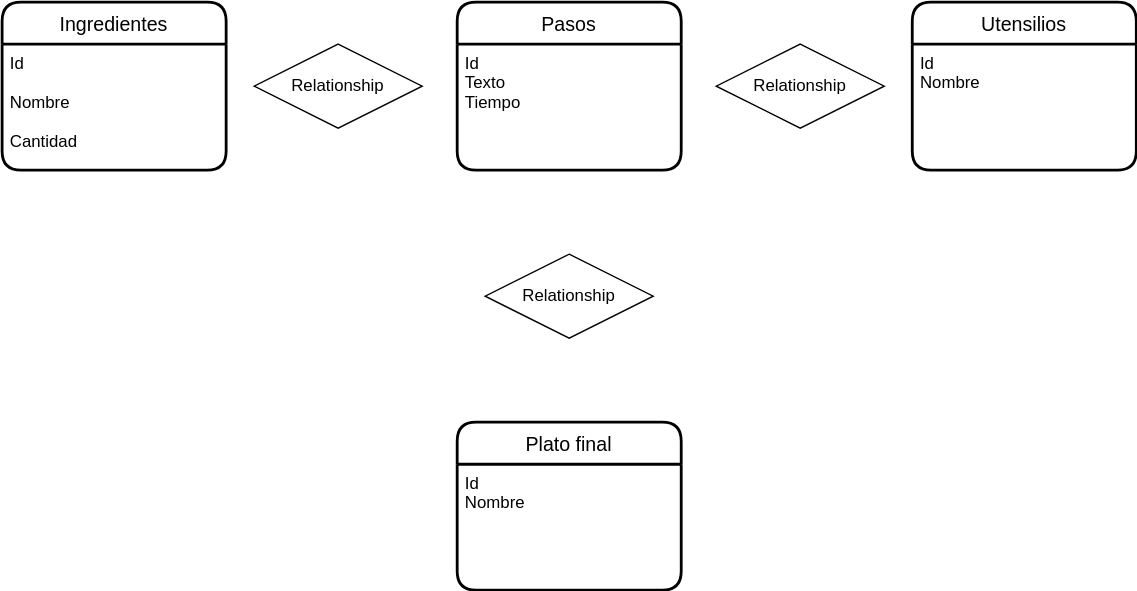
Earlier version of the draw.io export UD12-09.svg (Jimxx22/C3-UD11-UML). Source tidied: cells renumbered, new cells last; positions are measured from the earlier drawing's top-left corner, leaving out a move shared by most shapes.
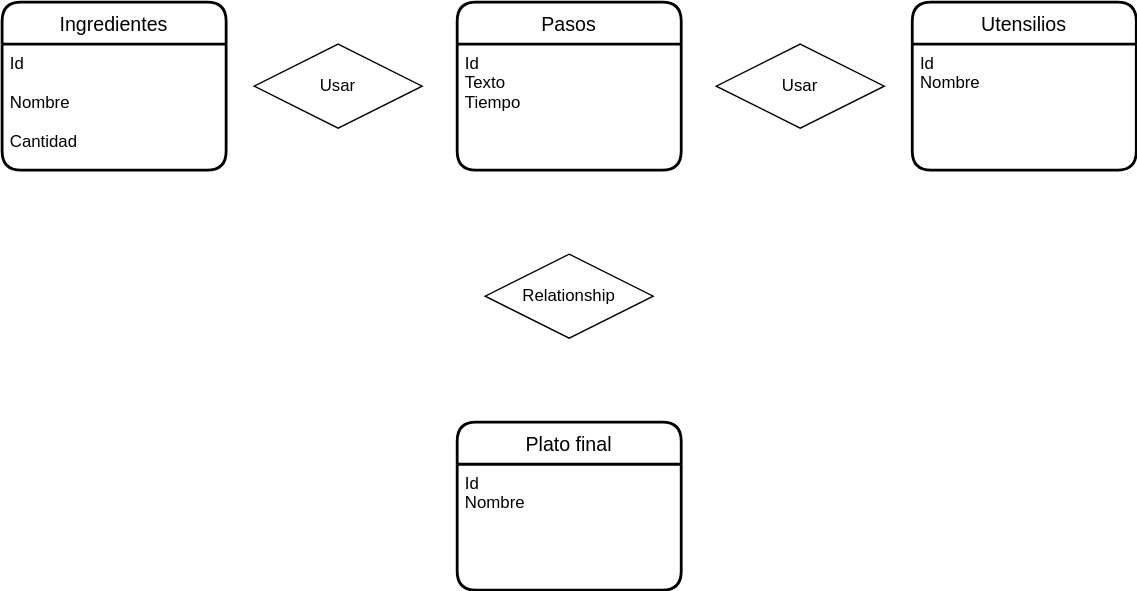
Later version of the same file.

Diff of the diagram source:
```diff
@@ -26,10 +26,10 @@
     <mxCell id="9" value="Id&#10;Nombre&#10;" style="align=left;strokeColor=none;fillColor=none;spacingLeft=4;fontSize=12;verticalAlign=top;" parent="8" vertex="1">
       <mxGeometry y="30" width="160" height="90" as="geometry" />
     </mxCell>
-    <mxCell id="10" value="Relationship" style="shape=rhombus;perimeter=rhombusPerimeter;whiteSpace=wrap;html=1;align=center;" parent="1" vertex="1">
+    <mxCell id="10" value="Usar" style="shape=rhombus;perimeter=rhombusPerimeter;whiteSpace=wrap;html=1;align=center;" parent="1" vertex="1">
       <mxGeometry x="180" y="30" width="120" height="60" as="geometry" />
     </mxCell>
-    <mxCell id="11" value="Relationship" style="shape=rhombus;perimeter=rhombusPerimeter;whiteSpace=wrap;html=1;align=center;" parent="1" vertex="1">
+    <mxCell id="11" value="Usar" style="shape=rhombus;perimeter=rhombusPerimeter;whiteSpace=wrap;html=1;align=center;" parent="1" vertex="1">
       <mxGeometry x="510" y="30" width="120" height="60" as="geometry" />
     </mxCell>
     <mxCell id="12" value="Relationship" style="shape=rhombus;perimeter=rhombusPerimeter;whiteSpace=wrap;html=1;align=center;" parent="1" vertex="1">
```
